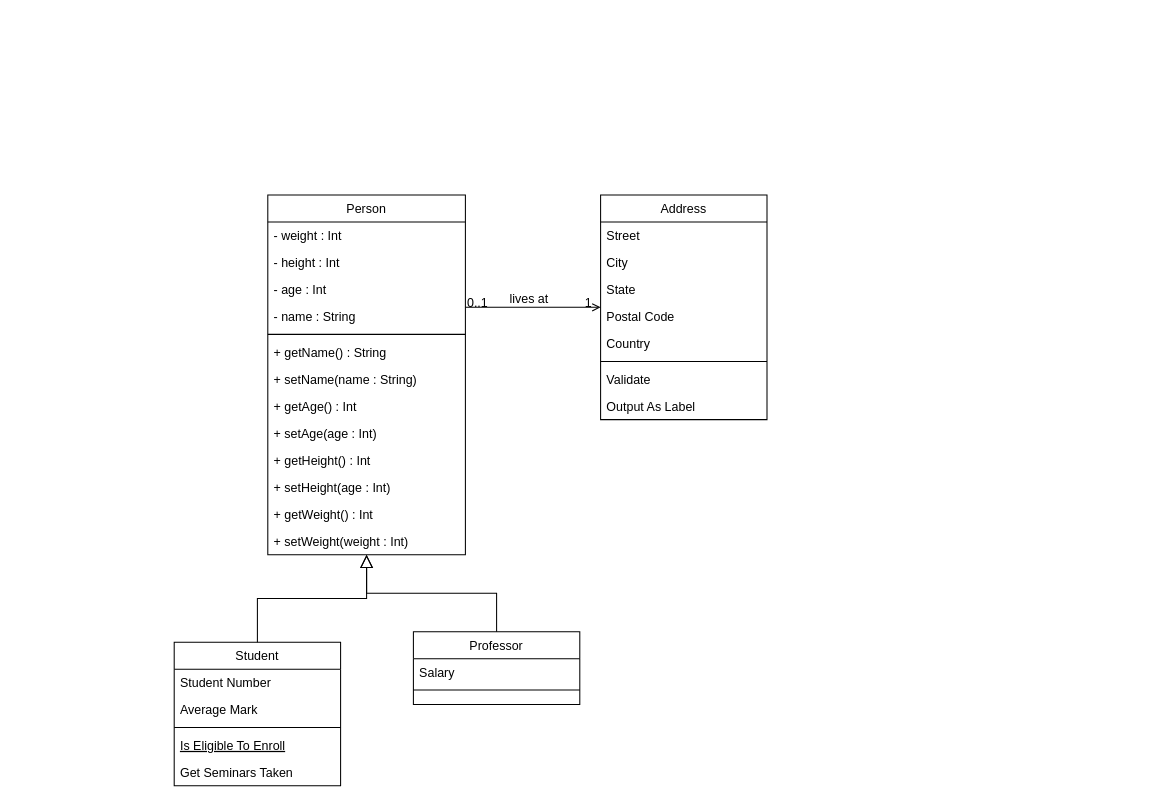
The draw.io diagram src/behavioral-design-pattern2.drawio in astrrr/behavioral-design-pattern2, before the edit. Source tidied: cells renumbered, new cells numbered last; positions are measured from the earlier drawing's top-left corner, leaving out a move shared by most shapes. Both pictures are drawn from the tidied source at 104%, with x=0, y=0 at pixel (174, 194).
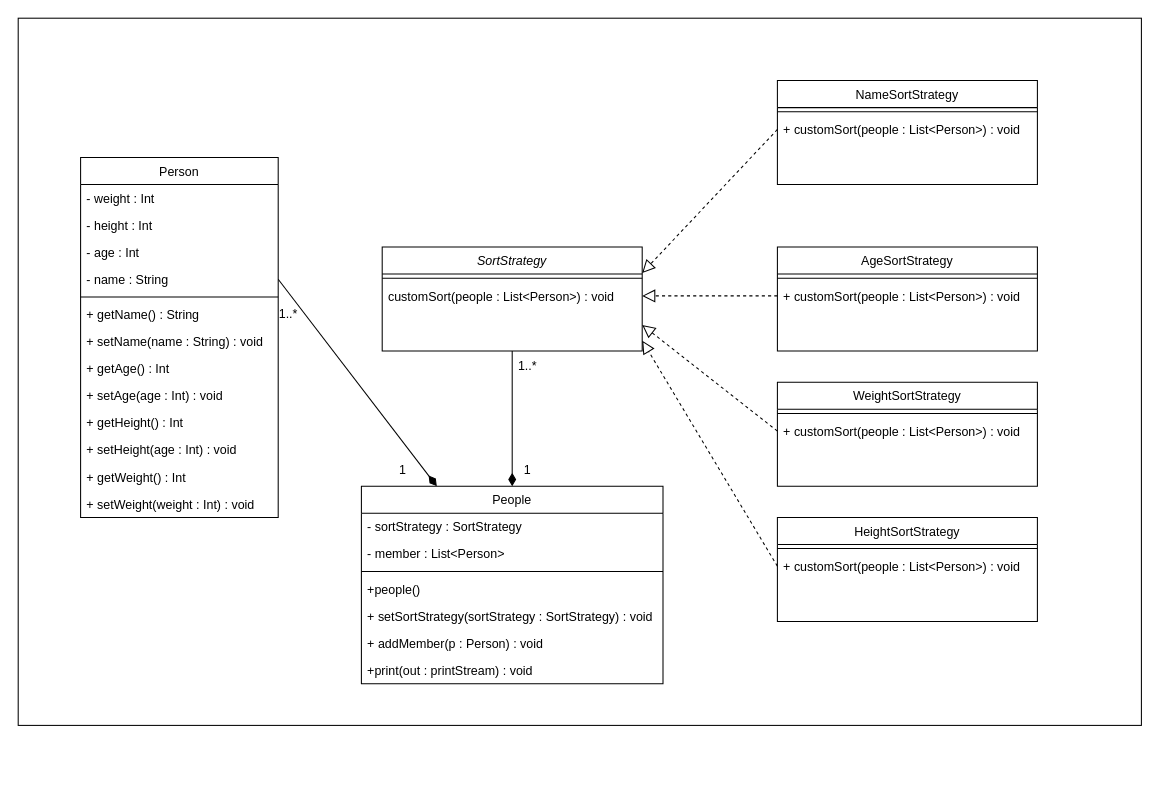
Above is the later version.

The change refers to these unchanged cells:
```xml
<mxCell id="6" value="- name : String" style="text;align=left;verticalAlign=top;spacingLeft=4;spacingRight=4;overflow=hidden;points=[[0,0.5],[1,0.5]];portConstraint=eastwest;rounded=0;shadow=0;html=0;" parent="2" vertex="1">
  <mxGeometry y="104" width="190" height="26" as="geometry" />
</mxCell>
```

Diff of the diagram source:
```diff
@@
+    <mxCell id="40" style="rounded=0;whiteSpace=wrap;html=1;gradientColor=none;" parent="1" vertex="1">
+      <mxGeometry x="-150" y="-170" width="1080" height="680" as="geometry" />
+    </mxCell>
     <mxCell id="2" value="Person" style="swimlane;fontStyle=0;align=center;verticalAlign=top;horizontal=1;startSize=26;rounded=0;shadow=0;strokeWidth=1;" parent="1" vertex="1">
-      <mxGeometry x="90" width="190" height="346" as="geometry" />
+      <mxGeometry x="-90" y="-36" width="190" height="346" as="geometry" />
     </mxCell>
@@
-    <mxCell id="9" value="+ setName(name : String)  " style="text;align=left;verticalAlign=top;spacingLeft=4;spacingRight=4;overflow=hidden;" parent="2" vertex="1">
+    <mxCell id="9" value="+ setName(name : String) : void" style="text;align=left;verticalAlign=top;spacingLeft=4;spacingRight=4;overflow=hidden;" parent="2" vertex="1">
       <mxGeometry y="164" width="190" height="26" as="geometry" />
     </mxCell>
@@
-    <mxCell id="11" value="+ setAge(age : Int) " style="text;align=left;verticalAlign=top;spacingLeft=4;spacingRight=4;overflow=hidden;" parent="2" vertex="1">
+    <mxCell id="11" value="+ setAge(age : Int) : void" style="text;align=left;verticalAlign=top;spacingLeft=4;spacingRight=4;overflow=hidden;" parent="2" vertex="1">
       <mxGeometry y="216" width="190" height="26" as="geometry" />
     </mxCell>
@@
-    <mxCell id="13" value="+ setHeight(age : Int) " style="text;align=left;verticalAlign=top;spacingLeft=4;spacingRight=4;overflow=hidden;" parent="2" vertex="1">
+    <mxCell id="13" value="+ setHeight(age : Int) : void" style="text;align=left;verticalAlign=top;spacingLeft=4;spacingRight=4;overflow=hidden;" parent="2" vertex="1">
       <mxGeometry y="268" width="190" height="26" as="geometry" />
     </mxCell>
@@
-    <mxCell id="15" value="+ setWeight(weight : Int) " style="text;align=left;verticalAlign=top;spacingLeft=4;spacingRight=4;overflow=hidden;" parent="2" vertex="1">
+    <mxCell id="15" value="+ setWeight(weight : Int) : void" style="text;align=left;verticalAlign=top;spacingLeft=4;spacingRight=4;overflow=hidden;" parent="2" vertex="1">
       <mxGeometry y="320" width="190" height="26" as="geometry" />
     </mxCell>
-    <mxCell id="16" value="Student" style="swimlane;fontStyle=0;align=center;verticalAlign=top;horizontal=1;startSize=26;rounded=0;shadow=0;strokeWidth=1;" parent="1" vertex="1">
-      <mxGeometry y="430" width="160" height="138" as="geometry" />
-    </mxCell>
-    <mxCell id="17" value="Student Number" style="text;align=left;verticalAlign=top;spacingLeft=4;spacingRight=4;overflow=hidden;" parent="16" vertex="1">
-      <mxGeometry y="26" width="160" height="26" as="geometry" />
-    </mxCell>
-    <mxCell id="18" value="Average Mark" style="text;align=left;verticalAlign=top;spacingLeft=4;spacingRight=4;overflow=hidden;rounded=0;shadow=0;html=0;" parent="16" vertex="1">
-      <mxGeometry y="52" width="160" height="26" as="geometry" />
-    </mxCell>
-    <mxCell id="19" style="line;html=1;strokeWidth=1;align=left;verticalAlign=middle;spacingTop=-1;spacingLeft=3;spacingRight=3;labelPosition=right;" parent="16" vertex="1">
-      <mxGeometry y="78" width="160" height="8" as="geometry" />
-    </mxCell>
-    <mxCell id="20" value="Is Eligible To Enroll" style="text;align=left;verticalAlign=top;spacingLeft=4;spacingRight=4;overflow=hidden;fontStyle=4;" parent="16" vertex="1">
-      <mxGeometry y="86" width="160" height="26" as="geometry" />
-    </mxCell>
-    <mxCell id="21" value="Get Seminars Taken" style="text;align=left;verticalAlign=top;spacingLeft=4;spacingRight=4;overflow=hidden;" parent="16" vertex="1">
-      <mxGeometry y="112" width="160" height="26" as="geometry" />
-    </mxCell>
-    <mxCell id="22" style="endArrow=block;endSize=10;endFill=0;shadow=0;strokeWidth=1;rounded=0;edgeStyle=elbowEdgeStyle;elbow=vertical;" parent="1" edge="1" source="16" target="2">
-      <mxGeometry relative="1" as="geometry" />
-    </mxCell>
-    <mxCell id="23" value="Professor" style="swimlane;fontStyle=0;align=center;verticalAlign=top;horizontal=1;startSize=26;rounded=0;shadow=0;strokeWidth=1;" parent="1" vertex="1">
-      <mxGeometry x="230" y="420" width="160" height="70" as="geometry" />
-    </mxCell>
-    <mxCell id="24" value="Salary" style="text;align=left;verticalAlign=top;spacingLeft=4;spacingRight=4;overflow=hidden;" parent="23" vertex="1">
-      <mxGeometry y="26" width="160" height="26" as="geometry" />
-    </mxCell>
-    <mxCell id="25" style="line;html=1;strokeWidth=1;align=left;verticalAlign=middle;spacingTop=-1;spacingLeft=3;spacingRight=3;labelPosition=right;" parent="23" vertex="1">
-      <mxGeometry y="52" width="160" height="8" as="geometry" />
-    </mxCell>
-    <mxCell id="26" style="endArrow=block;endSize=10;endFill=0;shadow=0;strokeWidth=1;rounded=0;edgeStyle=elbowEdgeStyle;elbow=vertical;" parent="1" edge="1" source="23" target="2">
-      <mxGeometry relative="1" as="geometry" />
-    </mxCell>
+    <mxCell id="41" style="edgeStyle=none;rounded=0;jettySize=auto;html=1;entryX=0.5;entryY=0;entryDx=0;entryDy=0;endArrow=diamondThin;endFill=1;endSize=10;" parent="1" edge="1" source="27" target="54">
+      <mxGeometry relative="1" as="geometry" />
+    </mxCell>
-    <mxCell id="27" value="Address" style="swimlane;fontStyle=0;align=center;verticalAlign=top;horizontal=1;startSize=26;rounded=0;shadow=0;strokeWidth=1;" parent="1" vertex="1">
-      <mxGeometry x="410" width="160" height="216" as="geometry" />
+    <mxCell id="27" value="SortStrategy" style="swimlane;fontStyle=2;align=center;verticalAlign=top;horizontal=1;startSize=26;rounded=0;shadow=0;strokeWidth=1;" parent="1" vertex="1">
+      <mxGeometry x="200" y="50" width="250" height="100" as="geometry" />
     </mxCell>
-    <mxCell id="28" value="Street" style="text;align=left;verticalAlign=top;spacingLeft=4;spacingRight=4;overflow=hidden;" parent="27" vertex="1">
-      <mxGeometry y="26" width="160" height="26" as="geometry" />
-    </mxCell>
-    <mxCell id="29" value="City" style="text;align=left;verticalAlign=top;spacingLeft=4;spacingRight=4;overflow=hidden;rounded=0;shadow=0;html=0;" parent="27" vertex="1">
-      <mxGeometry y="52" width="160" height="26" as="geometry" />
-    </mxCell>
-    <mxCell id="30" value="State" style="text;align=left;verticalAlign=top;spacingLeft=4;spacingRight=4;overflow=hidden;rounded=0;shadow=0;html=0;" parent="27" vertex="1">
-      <mxGeometry y="78" width="160" height="26" as="geometry" />
-    </mxCell>
-    <mxCell id="31" value="Postal Code" style="text;align=left;verticalAlign=top;spacingLeft=4;spacingRight=4;overflow=hidden;rounded=0;shadow=0;html=0;" parent="27" vertex="1">
-      <mxGeometry y="104" width="160" height="26" as="geometry" />
-    </mxCell>
-    <mxCell id="32" value="Country" style="text;align=left;verticalAlign=top;spacingLeft=4;spacingRight=4;overflow=hidden;rounded=0;shadow=0;html=0;" parent="27" vertex="1">
-      <mxGeometry y="130" width="160" height="26" as="geometry" />
-    </mxCell>
     <mxCell id="33" style="line;html=1;strokeWidth=1;align=left;verticalAlign=middle;spacingTop=-1;spacingLeft=3;spacingRight=3;labelPosition=right;" parent="27" vertex="1">
-      <mxGeometry y="156" width="160" height="8" as="geometry" />
+      <mxGeometry y="26" width="250" height="8" as="geometry" />
     </mxCell>
-    <mxCell id="34" value="Validate" style="text;align=left;verticalAlign=top;spacingLeft=4;spacingRight=4;overflow=hidden;" parent="27" vertex="1">
-      <mxGeometry y="164" width="160" height="26" as="geometry" />
-    </mxCell>
-    <mxCell id="35" value="Output As Label" style="text;align=left;verticalAlign=top;spacingLeft=4;spacingRight=4;overflow=hidden;points=[[0,0.5],[1,0.5]];portConstraint=eastwest;" parent="27" vertex="1">
-      <mxGeometry y="190" width="160" height="26" as="geometry" />
+    <mxCell id="35" value="customSort(people : List&lt;Person&gt;) : void" style="text;align=left;verticalAlign=top;spacingLeft=4;spacingRight=4;overflow=hidden;points=[[0,0.5],[1,0.5]];portConstraint=eastwest;" parent="27" vertex="1">
+      <mxGeometry y="34" width="250" height="26" as="geometry" />
     </mxCell>
-    <mxCell id="36" style="endArrow=open;shadow=0;strokeWidth=1;rounded=0;endFill=1;edgeStyle=elbowEdgeStyle;elbow=vertical;" parent="1" edge="1" source="2" target="27">
-      <mxGeometry x="0.5" y="41" relative="1" as="geometry">
-        <mxPoint x="-40" y="32" as="offset" />
-      </mxGeometry>
-    </mxCell>
-    <mxCell id="37" value="0..1" style="align=left;verticalAlign=bottom;labelBackgroundColor=none;fontSize=12;" parent="36" vertex="1">
-      <mxGeometry x="-1" relative="1" as="geometry">
-        <mxPoint y="4" as="offset" />
-      </mxGeometry>
-    </mxCell>
-    <mxCell id="38" value="1" style="align=right;verticalAlign=bottom;labelBackgroundColor=none;fontSize=12;" parent="36" vertex="1">
-      <mxGeometry x="1" relative="1" as="geometry">
-        <mxPoint x="-7" y="4" as="offset" />
-      </mxGeometry>
-    </mxCell>
-    <mxCell id="39" value="lives at" style="text;html=1;align=center;verticalAlign=middle;labelBackgroundColor=none;rounded=0;shadow=0;strokeWidth=1;fontSize=12;" parent="36" vertex="1">
-      <mxGeometry x="0.5" y="49" relative="1" as="geometry">
-        <mxPoint x="-38" y="40" as="offset" />
-      </mxGeometry>
-    </mxCell>
+    <mxCell id="42" value="AgeSortStrategy" style="swimlane;fontStyle=0;align=center;verticalAlign=top;horizontal=1;startSize=26;rounded=0;shadow=0;strokeWidth=1;" parent="1" vertex="1">
+      <mxGeometry x="580" y="50" width="250" height="100" as="geometry" />
+    </mxCell>
+    <mxCell id="43" style="line;html=1;strokeWidth=1;align=left;verticalAlign=middle;spacingTop=-1;spacingLeft=3;spacingRight=3;labelPosition=right;" parent="42" vertex="1">
+      <mxGeometry y="26" width="250" height="8" as="geometry" />
+    </mxCell>
+    <mxCell id="44" value="+ customSort(people : List&lt;Person&gt;) : void" style="text;align=left;verticalAlign=top;spacingLeft=4;spacingRight=4;overflow=hidden;points=[[0,0.5],[1,0.5]];portConstraint=eastwest;" parent="42" vertex="1">
+      <mxGeometry y="34" width="250" height="26" as="geometry" />
+    </mxCell>
+    <mxCell id="45" value="NameSortStrategy" style="swimlane;fontStyle=0;align=center;verticalAlign=top;horizontal=1;startSize=26;rounded=0;shadow=0;strokeWidth=1;" parent="1" vertex="1">
+      <mxGeometry x="580" y="-110" width="250" height="100" as="geometry" />
+    </mxCell>
+    <mxCell id="46" style="line;html=1;strokeWidth=1;align=left;verticalAlign=middle;spacingTop=-1;spacingLeft=3;spacingRight=3;labelPosition=right;" parent="45" vertex="1">
+      <mxGeometry y="26" width="250" height="8" as="geometry" />
+    </mxCell>
+    <mxCell id="47" value="+ customSort(people : List&lt;Person&gt;) : void" style="text;align=left;verticalAlign=top;spacingLeft=4;spacingRight=4;overflow=hidden;points=[[0,0.5],[1,0.5]];portConstraint=eastwest;" parent="45" vertex="1">
+      <mxGeometry y="34" width="250" height="26" as="geometry" />
+    </mxCell>
+    <mxCell id="48" value="WeightSortStrategy" style="swimlane;fontStyle=0;align=center;verticalAlign=top;horizontal=1;startSize=26;rounded=0;shadow=0;strokeWidth=1;" parent="1" vertex="1">
+      <mxGeometry x="580" y="180" width="250" height="100" as="geometry" />
+    </mxCell>
+    <mxCell id="49" style="line;html=1;strokeWidth=1;align=left;verticalAlign=middle;spacingTop=-1;spacingLeft=3;spacingRight=3;labelPosition=right;" parent="48" vertex="1">
+      <mxGeometry y="26" width="250" height="8" as="geometry" />
+    </mxCell>
+    <mxCell id="50" value="+ customSort(people : List&lt;Person&gt;) : void" style="text;align=left;verticalAlign=top;spacingLeft=4;spacingRight=4;overflow=hidden;points=[[0,0.5],[1,0.5]];portConstraint=eastwest;" parent="48" vertex="1">
+      <mxGeometry y="34" width="250" height="26" as="geometry" />
+    </mxCell>
+    <mxCell id="51" value="HeightSortStrategy" style="swimlane;fontStyle=0;align=center;verticalAlign=top;horizontal=1;startSize=26;rounded=0;shadow=0;strokeWidth=1;" parent="1" vertex="1">
+      <mxGeometry x="580" y="310" width="250" height="100" as="geometry" />
+    </mxCell>
+    <mxCell id="52" style="line;html=1;strokeWidth=1;align=left;verticalAlign=middle;spacingTop=-1;spacingLeft=3;spacingRight=3;labelPosition=right;" parent="51" vertex="1">
+      <mxGeometry y="26" width="250" height="8" as="geometry" />
+    </mxCell>
+    <mxCell id="53" value="+ customSort(people : List&lt;Person&gt;) : void" style="text;align=left;verticalAlign=top;spacingLeft=4;spacingRight=4;overflow=hidden;points=[[0,0.5],[1,0.5]];portConstraint=eastwest;" parent="51" vertex="1">
+      <mxGeometry y="34" width="250" height="26" as="geometry" />
+    </mxCell>
+    <mxCell id="54" value="People" style="swimlane;fontStyle=0;align=center;verticalAlign=top;horizontal=1;startSize=26;rounded=0;shadow=0;strokeWidth=1;" parent="1" vertex="1">
+      <mxGeometry x="180" y="280" width="290" height="190" as="geometry" />
+    </mxCell>
+    <mxCell id="55" value="- sortStrategy : SortStrategy" style="text;align=left;verticalAlign=top;spacingLeft=4;spacingRight=4;overflow=hidden;" parent="54" vertex="1">
+      <mxGeometry y="26" width="290" height="26" as="geometry" />
+    </mxCell>
+    <mxCell id="56" value="- member : List&lt;Person&gt;" style="text;align=left;verticalAlign=top;spacingLeft=4;spacingRight=4;overflow=hidden;rounded=0;shadow=0;html=0;" parent="54" vertex="1">
+      <mxGeometry y="52" width="290" height="26" as="geometry" />
+    </mxCell>
+    <mxCell id="57" style="line;html=1;strokeWidth=1;align=left;verticalAlign=middle;spacingTop=-1;spacingLeft=3;spacingRight=3;labelPosition=right;" parent="54" vertex="1">
+      <mxGeometry y="78" width="290" height="8" as="geometry" />
+    </mxCell>
+    <mxCell id="58" value="+people()" style="text;align=left;verticalAlign=top;spacingLeft=4;spacingRight=4;overflow=hidden;" parent="54" vertex="1">
+      <mxGeometry y="86" width="290" height="26" as="geometry" />
+    </mxCell>
+    <mxCell id="59" value="+ setSortStrategy(sortStrategy : SortStrategy) : void" style="text;align=left;verticalAlign=top;spacingLeft=4;spacingRight=4;overflow=hidden;" parent="54" vertex="1">
+      <mxGeometry y="112" width="290" height="26" as="geometry" />
+    </mxCell>
+    <mxCell id="60" value="+ addMember(p : Person) : void" style="text;align=left;verticalAlign=top;spacingLeft=4;spacingRight=4;overflow=hidden;" parent="54" vertex="1">
+      <mxGeometry y="138" width="290" height="26" as="geometry" />
+    </mxCell>
+    <mxCell id="61" value="+print(out : printStream) : void" style="text;align=left;verticalAlign=top;spacingLeft=4;spacingRight=4;overflow=hidden;" parent="54" vertex="1">
+      <mxGeometry y="164" width="290" height="26" as="geometry" />
+    </mxCell>
+    <mxCell id="62" style="edgeStyle=none;rounded=0;jettySize=auto;html=1;exitX=0;exitY=0.5;exitDx=0;exitDy=0;entryX=1;entryY=0.75;entryDx=0;entryDy=0;dashed=1;endArrow=block;endFill=0;endSize=10;" parent="1" edge="1" source="50" target="27">
+      <mxGeometry relative="1" as="geometry" />
+    </mxCell>
+    <mxCell id="63" style="edgeStyle=none;rounded=0;jettySize=auto;html=1;exitX=0;exitY=0.5;exitDx=0;exitDy=0;dashed=1;endArrow=block;endFill=0;endSize=10;" parent="1" edge="1" source="53">
+      <mxGeometry relative="1" as="geometry">
+        <mxPoint x="450" y="140" as="targetPoint" />
+      </mxGeometry>
+    </mxCell>
+    <mxCell id="64" style="edgeStyle=none;rounded=0;jettySize=auto;html=1;exitX=0;exitY=0.5;exitDx=0;exitDy=0;entryX=1;entryY=0.25;entryDx=0;entryDy=0;dashed=1;endArrow=block;endFill=0;endSize=10;" parent="1" edge="1" source="47" target="27">
+      <mxGeometry relative="1" as="geometry" />
+    </mxCell>
+    <mxCell id="65" style="edgeStyle=none;rounded=0;jettySize=auto;html=1;exitX=0;exitY=0.5;exitDx=0;exitDy=0;entryX=1;entryY=0.5;entryDx=0;entryDy=0;dashed=1;endArrow=block;endFill=0;endSize=10;" parent="1" edge="1" source="44" target="35">
+      <mxGeometry relative="1" as="geometry" />
+    </mxCell>
+    <mxCell id="66" style="edgeStyle=none;rounded=0;jettySize=auto;html=1;exitX=1;exitY=0.5;exitDx=0;exitDy=0;entryX=0.25;entryY=0;entryDx=0;entryDy=0;endArrow=diamondThin;endFill=1;endSize=10;" parent="1" edge="1" source="6" target="54">
+      <mxGeometry relative="1" as="geometry" />
+    </mxCell>
+    <mxCell id="67" value="1" style="text;html=1;strokeColor=none;fillColor=none;align=center;verticalAlign=middle;whiteSpace=wrap;rounded=0;" parent="1" vertex="1">
+      <mxGeometry x="190" y="250" width="60" height="30" as="geometry" />
+    </mxCell>
+    <mxCell id="68" value="1..*" style="text;html=1;strokeColor=none;fillColor=none;align=center;verticalAlign=middle;whiteSpace=wrap;rounded=0;" parent="1" vertex="1">
+      <mxGeometry x="80" y="100" width="60" height="30" as="geometry" />
+    </mxCell>
+    <mxCell id="69" value="1" style="text;html=1;strokeColor=none;fillColor=none;align=center;verticalAlign=middle;whiteSpace=wrap;rounded=0;" parent="1" vertex="1">
+      <mxGeometry x="310" y="250" width="60" height="30" as="geometry" />
+    </mxCell>
+    <mxCell id="70" value="1..*" style="text;html=1;strokeColor=none;fillColor=none;align=center;verticalAlign=middle;whiteSpace=wrap;rounded=0;" parent="1" vertex="1">
+      <mxGeometry x="310" y="150" width="60" height="30" as="geometry" />
+    </mxCell>
```
